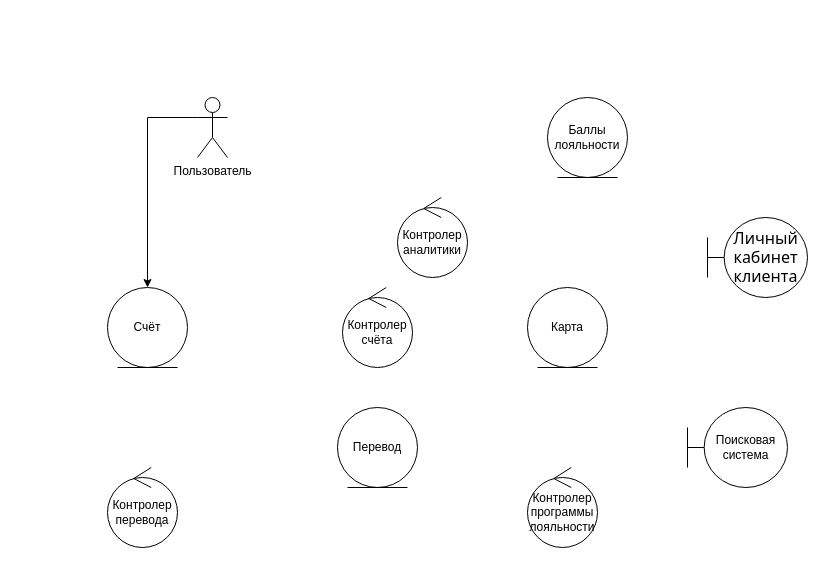
The draw.io diagram page "Page-4" (4 of 4) of AIKMS2.drawio in nn80nn/DataBases, before the edit. Source tidied: cells renumbered, new cells numbered last; positions are measured from the earlier drawing's top-left corner, leaving out a move shared by most shapes. Both pictures are drawn from the tidied source at 100%, with x=0, y=0 at pixel (107, 97).
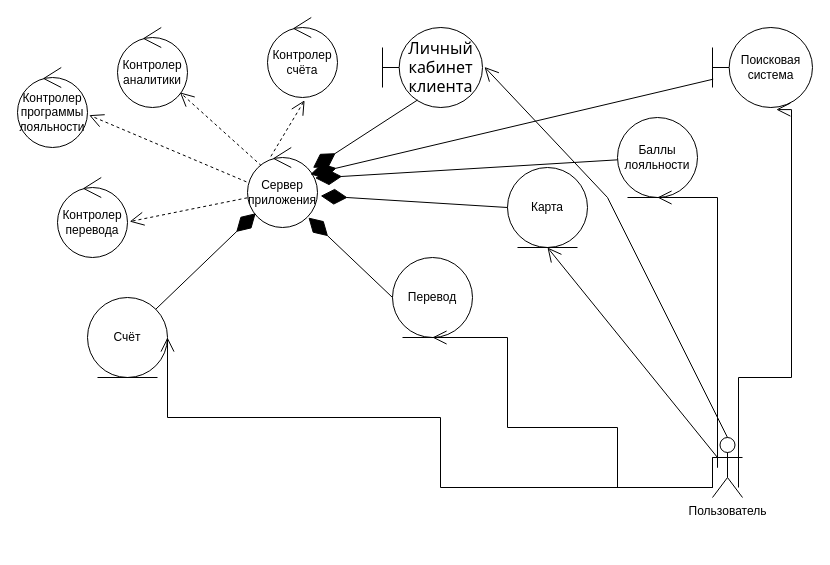
The same diagram, later.

Diff of the diagram source:
```diff
@@
-    <mxCell id="2" style="edgeStyle=orthogonalEdgeStyle;rounded=0;jettySize=auto;html=1;exitX=0;exitY=0.3333333333333333;exitDx=0;exitDy=0;exitPerimeter=0;entryX=0.5;entryY=0;entryDx=0;entryDy=0;" parent="1" edge="1" source="3" target="5">
-      <mxGeometry relative="1" as="geometry" />
-    </mxCell>
     <mxCell id="3" value="Пользователь" style="shape=umlActor;verticalLabelPosition=bottom;verticalAlign=top;html=1;" parent="1" vertex="1">
-      <mxGeometry x="90" width="30" height="60" as="geometry" />
+      <mxGeometry x="605" y="340" width="30" height="60" as="geometry" />
     </mxCell>
     <mxCell id="4" value="Карта" style="ellipse;shape=umlEntity;whiteSpace=wrap;html=1;" parent="1" vertex="1">
-      <mxGeometry x="420" y="190" width="80" height="80" as="geometry" />
+      <mxGeometry x="400" y="70" width="80" height="80" as="geometry" />
     </mxCell>
     <mxCell id="5" value="Счёт" style="ellipse;shape=umlEntity;whiteSpace=wrap;html=1;" parent="1" vertex="1">
-      <mxGeometry y="190" width="80" height="80" as="geometry" />
+      <mxGeometry x="-20" y="200" width="80" height="80" as="geometry" />
     </mxCell>
     <mxCell id="6" value="Перевод" style="ellipse;shape=umlEntity;whiteSpace=wrap;html=1;" parent="1" vertex="1">
-      <mxGeometry x="230" y="310" width="80" height="80" as="geometry" />
+      <mxGeometry x="285" y="160" width="80" height="80" as="geometry" />
     </mxCell>
     <mxCell id="7" value="Баллы лояльности" style="ellipse;shape=umlEntity;whiteSpace=wrap;html=1;" parent="1" vertex="1">
-      <mxGeometry x="440" width="80" height="80" as="geometry" />
+      <mxGeometry x="510" y="20" width="80" height="80" as="geometry" />
     </mxCell>
     <mxCell id="8" value="&lt;span style=&quot;font-family: fkGroteskNeue, &amp;quot;fkGroteskNeue Fallback&amp;quot;, ui-sans-serif, system-ui, -apple-system, BlinkMacSystemFont, &amp;quot;Segoe UI&amp;quot;, Roboto, &amp;quot;Helvetica Neue&amp;quot;, Arial, &amp;quot;Noto Sans&amp;quot;, sans-serif, &amp;quot;Apple Color Emoji&amp;quot;, &amp;quot;Segoe UI Emoji&amp;quot;, &amp;quot;Segoe UI Symbol&amp;quot;, &amp;quot;Noto Color Emoji&amp;quot;; font-size: 16px; text-align: left;&quot;&gt;&lt;font style=&quot;color: rgb(0, 0, 0);&quot;&gt;Личный кабинет клиента&lt;/font&gt;&lt;/span&gt;" style="shape=umlBoundary;whiteSpace=wrap;html=1;" parent="1" vertex="1">
-      <mxGeometry x="600" y="120" width="100" height="80" as="geometry" />
+      <mxGeometry x="275" y="-70" width="100" height="80" as="geometry" />
     </mxCell>
     <mxCell id="9" value="Поисковая система" style="shape=umlBoundary;whiteSpace=wrap;html=1;" parent="1" vertex="1">
-      <mxGeometry x="580" y="310" width="100" height="80" as="geometry" />
+      <mxGeometry x="605" y="-70" width="100" height="80" as="geometry" />
     </mxCell>
     <mxCell id="10" value="Контролер перевода" style="ellipse;shape=umlControl;whiteSpace=wrap;html=1;" parent="1" vertex="1">
-      <mxGeometry y="370" width="70" height="80" as="geometry" />
+      <mxGeometry x="-50" y="80" width="70" height="80" as="geometry" />
     </mxCell>
     <mxCell id="11" value="Контролер счёта" style="ellipse;shape=umlControl;whiteSpace=wrap;html=1;" parent="1" vertex="1">
-      <mxGeometry x="235" y="190" width="70" height="80" as="geometry" />
+      <mxGeometry x="160" y="-80" width="70" height="80" as="geometry" />
     </mxCell>
     <mxCell id="12" value="Контролер программы лояльности" style="ellipse;shape=umlControl;whiteSpace=wrap;html=1;" parent="1" vertex="1">
-      <mxGeometry x="420" y="370" width="70" height="80" as="geometry" />
+      <mxGeometry x="-90" y="-30" width="70" height="80" as="geometry" />
     </mxCell>
     <mxCell id="13" value="Контролер аналитики" style="ellipse;shape=umlControl;whiteSpace=wrap;html=1;" parent="1" vertex="1">
-      <mxGeometry x="290" y="100" width="70" height="80" as="geometry" />
+      <mxGeometry x="10" y="-70" width="70" height="80" as="geometry" />
     </mxCell>
+    <mxCell id="14" style="endArrow=open;endSize=12;dashed=1;html=1;rounded=0;entryX=0.53;entryY=1.035;entryDx=0;entryDy=0;entryPerimeter=0;exitX=0.334;exitY=0.111;exitDx=0;exitDy=0;exitPerimeter=0;" parent="1" edge="1" source="21" target="11">
+      <mxGeometry relative="1" as="geometry" />
+    </mxCell>
+    <mxCell id="15" style="endArrow=open;endSize=12;dashed=1;html=1;rounded=0;exitX=0.199;exitY=0.229;exitDx=0;exitDy=0;exitPerimeter=0;" parent="1" edge="1" source="21" target="13">
+      <mxGeometry relative="1" as="geometry" />
+    </mxCell>
+    <mxCell id="16" style="endArrow=open;endSize=12;dashed=1;html=1;rounded=0;entryX=1.024;entryY=0.596;entryDx=0;entryDy=0;entryPerimeter=0;exitX=-0.016;exitY=0.429;exitDx=0;exitDy=0;exitPerimeter=0;" parent="1" edge="1" source="21" target="12">
+      <mxGeometry relative="1" as="geometry" />
+    </mxCell>
+    <mxCell id="17" style="endArrow=open;endSize=12;dashed=1;html=1;rounded=0;entryX=1.031;entryY=0.551;entryDx=0;entryDy=0;entryPerimeter=0;exitX=-0.003;exitY=0.629;exitDx=0;exitDy=0;exitPerimeter=0;" parent="1" edge="1" source="21" target="10">
+      <mxGeometry relative="1" as="geometry" />
+    </mxCell>
+    <mxCell id="2" style="endArrow=open;html=1;endSize=12;startArrow=none;startSize=14;startFill=0;edgeStyle=orthogonalEdgeStyle;align=left;verticalAlign=bottom;rounded=0;entryX=1;entryY=0.5;entryDx=0;entryDy=0;exitX=0;exitY=0.3333333333333333;exitDx=0;exitDy=0;exitPerimeter=0;" parent="1" edge="1" source="3" target="5">
+      <mxGeometry x="-1" y="3" relative="1" as="geometry">
+        <Array as="points">
+          <mxPoint x="333" y="390" />
+          <mxPoint x="333" y="320" />
+          <mxPoint x="60" y="320" />
+        </Array>
+      </mxGeometry>
+    </mxCell>
+    <mxCell id="18" style="endArrow=open;html=1;endSize=12;startArrow=none;startSize=14;startFill=0;edgeStyle=orthogonalEdgeStyle;align=left;verticalAlign=bottom;rounded=0;entryX=0.5;entryY=1;entryDx=0;entryDy=0;exitX=0;exitY=0.3333333333333333;exitDx=0;exitDy=0;exitPerimeter=0;" parent="1" edge="1" source="3" target="6">
+      <mxGeometry x="-1" y="3" relative="1" as="geometry">
+        <Array as="points">
+          <mxPoint x="510" y="390" />
+          <mxPoint x="510" y="330" />
+          <mxPoint x="400" y="330" />
+          <mxPoint x="400" y="240" />
+        </Array>
+      </mxGeometry>
+    </mxCell>
+    <mxCell id="19" style="endArrow=open;html=1;endSize=12;startArrow=none;startSize=14;startFill=0;edgeStyle=orthogonalEdgeStyle;align=left;verticalAlign=bottom;rounded=0;entryX=0.638;entryY=1.026;entryDx=0;entryDy=0;entryPerimeter=0;" parent="1" edge="1" target="9">
+      <mxGeometry x="-1" y="3" relative="1" as="geometry">
+        <mxPoint x="631" y="390" as="sourcePoint" />
+        <Array as="points">
+          <mxPoint x="631" y="280" />
+          <mxPoint x="684" y="280" />
+        </Array>
+      </mxGeometry>
+    </mxCell>
+    <mxCell id="20" style="endArrow=open;html=1;endSize=12;startArrow=none;startSize=14;startFill=0;edgeStyle=orthogonalEdgeStyle;align=left;verticalAlign=bottom;rounded=0;entryX=0.5;entryY=1;entryDx=0;entryDy=0;" parent="1" edge="1" target="7">
+      <mxGeometry x="-1" y="3" relative="1" as="geometry">
+        <mxPoint x="610" y="290" as="sourcePoint" />
+        <Array as="points">
+          <mxPoint x="610" y="370" />
+          <mxPoint x="610" y="30" />
+        </Array>
+      </mxGeometry>
+    </mxCell>
+    <mxCell id="21" value="Сервер приложения" style="ellipse;shape=umlControl;whiteSpace=wrap;html=1;" parent="1" vertex="1">
+      <mxGeometry x="140" y="50" width="70" height="80" as="geometry" />
+    </mxCell>
+    <mxCell id="22" style="endArrow=diamondThin;endFill=1;endSize=24;html=1;rounded=0;entryX=0.966;entryY=0.382;entryDx=0;entryDy=0;entryPerimeter=0;" parent="1" edge="1" source="7" target="21">
+      <mxGeometry relative="1" as="geometry" />
+    </mxCell>
+    <mxCell id="23" style="endArrow=diamondThin;endFill=1;endSize=24;html=1;rounded=0;entryX=1.046;entryY=0.605;entryDx=0;entryDy=0;entryPerimeter=0;exitX=0;exitY=0.5;exitDx=0;exitDy=0;" parent="1" edge="1" source="4" target="21">
+      <mxGeometry relative="1" as="geometry" />
+    </mxCell>
+    <mxCell id="24" style="endArrow=diamondThin;endFill=1;endSize=24;html=1;rounded=0;exitX=1;exitY=0;exitDx=0;exitDy=0;" parent="1" edge="1" source="5" target="21">
+      <mxGeometry relative="1" as="geometry" />
+    </mxCell>
+    <mxCell id="25" style="endArrow=diamondThin;endFill=1;endSize=24;html=1;rounded=0;entryX=0.871;entryY=0.876;entryDx=0;entryDy=0;entryPerimeter=0;exitX=0;exitY=0.5;exitDx=0;exitDy=0;" parent="1" edge="1" source="6" target="21">
+      <mxGeometry relative="1" as="geometry" />
+    </mxCell>
+    <mxCell id="26" style="endArrow=diamondThin;endFill=1;endSize=24;html=1;rounded=0;exitX=0.352;exitY=0.905;exitDx=0;exitDy=0;exitPerimeter=0;" parent="1" edge="1" source="8" target="21">
+      <mxGeometry relative="1" as="geometry" />
+    </mxCell>
+    <mxCell id="27" style="endArrow=open;endFill=1;endSize=12;html=1;rounded=0;exitX=0.5;exitY=0;exitDx=0;exitDy=0;exitPerimeter=0;entryX=1.02;entryY=0.493;entryDx=0;entryDy=0;entryPerimeter=0;" parent="1" edge="1" source="3" target="8">
+      <mxGeometry relative="1" as="geometry">
+        <Array as="points">
+          <mxPoint x="500" y="100" />
+        </Array>
+      </mxGeometry>
+    </mxCell>
+    <mxCell id="28" style="endArrow=open;endFill=1;endSize=12;html=1;rounded=0;entryX=0.5;entryY=1;entryDx=0;entryDy=0;" parent="1" edge="1" target="4">
+      <mxGeometry relative="1" as="geometry">
+        <mxPoint x="610" y="360" as="sourcePoint" />
+      </mxGeometry>
+    </mxCell>
+    <mxCell id="29" style="endArrow=diamondThin;endFill=1;endSize=24;html=1;rounded=0;entryX=0.898;entryY=0.335;entryDx=0;entryDy=0;entryPerimeter=0;exitX=0.007;exitY=0.646;exitDx=0;exitDy=0;exitPerimeter=0;" parent="1" edge="1" source="9" target="21">
+      <mxGeometry relative="1" as="geometry" />
+    </mxCell>
```
